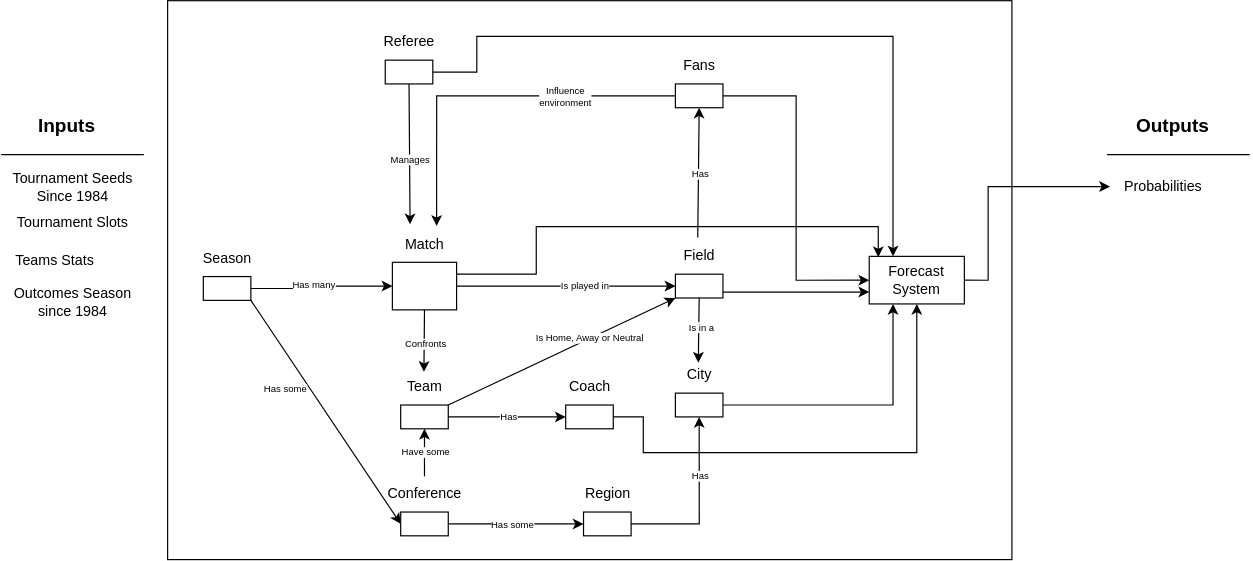
The draw.io diagram Workshops/Workshop 1/Workshop1Diagram.svg in DavidFelipeAriza04/Systems-Analysis-and-Design, before a commit. Source tidied: cells renumbered, new cells last; positions are measured from the earlier drawing's top-left corner, leaving out a move shared by most shapes.
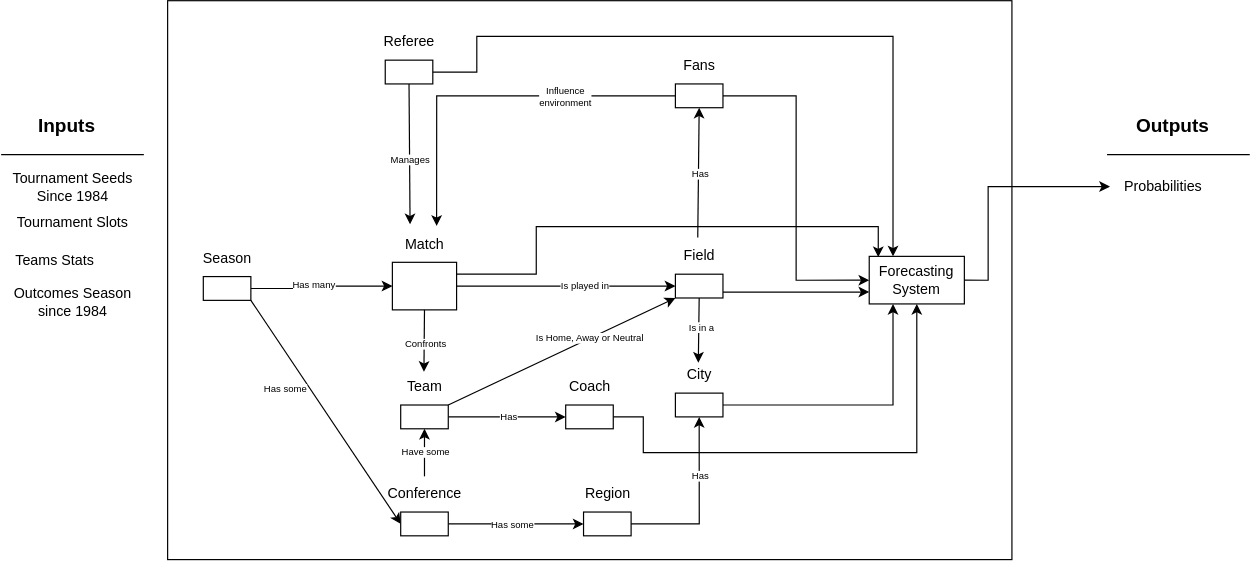
After the change.

Commit message:
Diagram Modification

Diff of the diagram source:
```diff
@@ -236,7 +236,7 @@
     <mxCell id="67" value="Outcomes&amp;nbsp;&lt;span style=&quot;background-color: transparent; color: light-dark(rgb(0, 0, 0), rgb(255, 255, 255));&quot;&gt;Season&lt;/span&gt;&lt;div&gt;&lt;span style=&quot;background-color: transparent; color: light-dark(rgb(0, 0, 0), rgb(255, 255, 255));&quot;&gt;since 1984&lt;/span&gt;&lt;/div&gt;" style="text;html=1;align=center;verticalAlign=middle;strokeColor=none;fillColor=none;" parent="1" vertex="1">
       <mxGeometry y="234" width="120" height="40" as="geometry" />
     </mxCell>
-    <mxCell id="68" value="Forecast&lt;div&gt;System&lt;/div&gt;" style="rounded=0;html=1;whiteSpace=wrap;" parent="1" vertex="1">
+    <mxCell id="68" value="Forecasting&lt;div&gt;System&lt;/div&gt;" style="rounded=0;html=1;whiteSpace=wrap;" parent="1" vertex="1">
       <mxGeometry x="730" y="215" width="80" height="40" as="geometry" />
     </mxCell>
     <mxCell id="69" style="edgeStyle=orthogonalEdgeStyle;rounded=0;jettySize=auto;html=1;entryX=0.25;entryY=0;entryDx=0;entryDy=0;" parent="1" edge="1" source="38" target="68">
```
